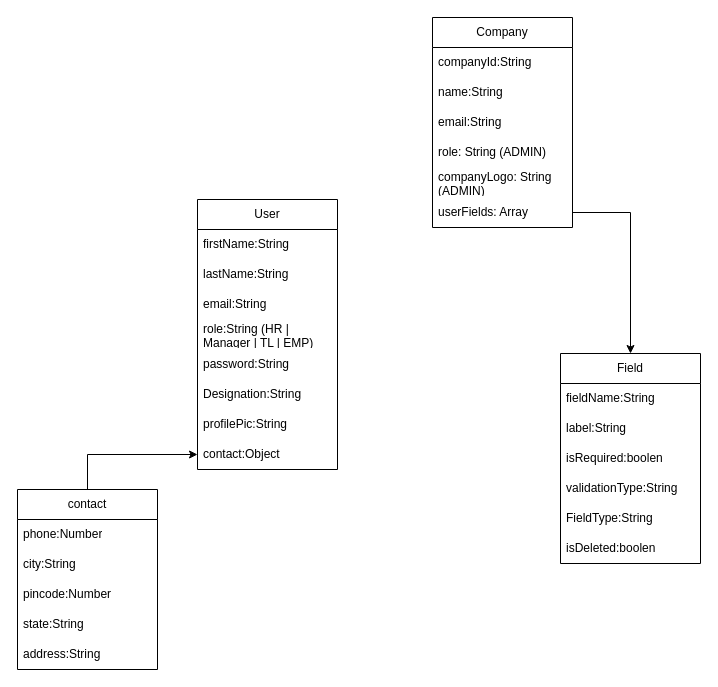
The draw.io diagram Untitled Diagram.drawio in pbtechdev/rp, before the edit. Source tidied: cells renumbered, new cells numbered last; positions are measured from the earlier drawing's top-left corner, leaving out a move shared by most shapes. Both pictures are drawn from the tidied source at 100%, with x=0, y=0 at pixel (17, 17).
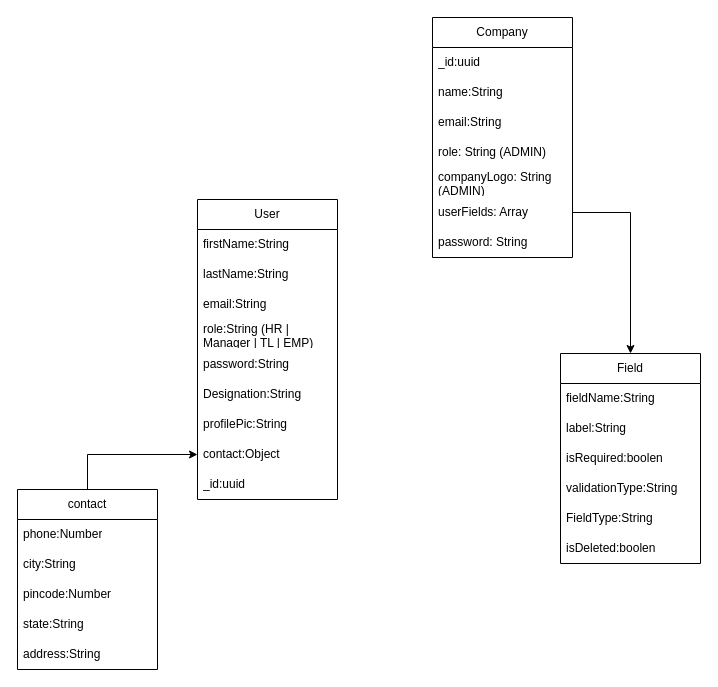
The same page after the edit.

Change to the diagram source:
```diff
@@
     <mxCell id="2" value="User" style="swimlane;fontStyle=0;horizontal=1;startSize=30;whiteSpace=wrap;html=1;" parent="1" vertex="1">
-      <mxGeometry x="180" y="182" width="140" height="270" as="geometry" />
+      <mxGeometry x="180" y="182" width="140" height="300" as="geometry" />
     </mxCell>
@@
+    <mxCell id="33" value="_id:uuid" style="text;strokeColor=none;fillColor=none;align=left;verticalAlign=middle;spacingLeft=4;spacingRight=4;overflow=hidden;whiteSpace=wrap;html=1;" parent="2" vertex="1">
+      <mxGeometry y="270" width="140" height="30" as="geometry" />
+    </mxCell>
@@
     <mxCell id="18" value="Company" style="swimlane;fontStyle=0;horizontal=1;startSize=30;whiteSpace=wrap;html=1;" parent="1" vertex="1">
-      <mxGeometry x="415" width="140" height="210" as="geometry" />
+      <mxGeometry x="415" width="140" height="240" as="geometry" />
     </mxCell>
-    <mxCell id="19" value="companyId:String" style="text;strokeColor=none;fillColor=none;align=left;verticalAlign=middle;spacingLeft=4;spacingRight=4;overflow=hidden;whiteSpace=wrap;html=1;" parent="18" vertex="1">
+    <mxCell id="19" value="_id:uuid" style="text;strokeColor=none;fillColor=none;align=left;verticalAlign=middle;spacingLeft=4;spacingRight=4;overflow=hidden;whiteSpace=wrap;html=1;" parent="18" vertex="1">
       <mxGeometry y="30" width="140" height="30" as="geometry" />
     </mxCell>
@@
+    <mxCell id="34" value="password: String&amp;nbsp;" style="text;strokeColor=none;fillColor=none;align=left;verticalAlign=middle;spacingLeft=4;spacingRight=4;overflow=hidden;whiteSpace=wrap;html=1;" parent="18" vertex="1">
+      <mxGeometry y="210" width="140" height="30" as="geometry" />
+    </mxCell>
```
